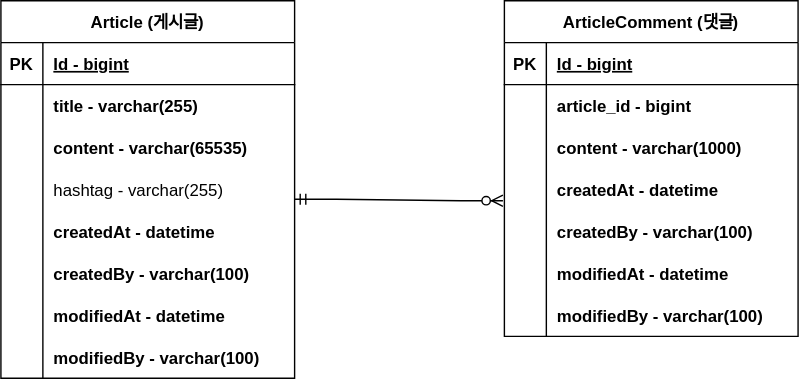
Earlier version of the draw.io export document/boot-board-ERD.svg (ybkim-dev/boot-board). Source tidied: cells renumbered, new cells last; positions are measured from the earlier drawing's top-left corner, leaving out a move shared by most shapes.
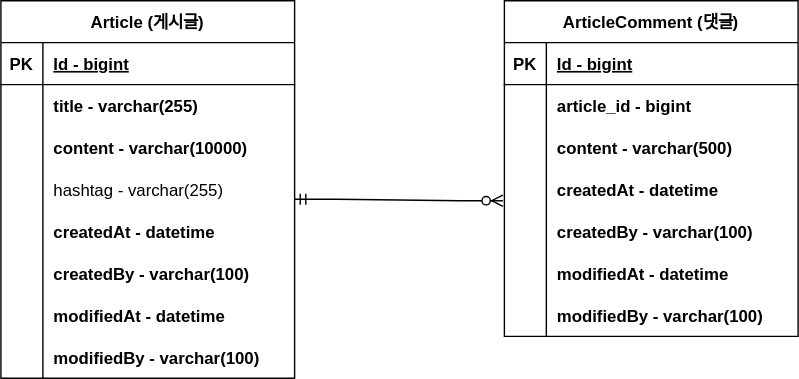
The same file after the commit.

Commit message:
#12 - ERD 업데이트 : comment, content 크기 변경

The edit, as a diff of the source:
```diff
@@ -29,7 +29,7 @@
     <mxCell id="10" style="shape=partialRectangle;fillColor=none;top=0;left=0;bottom=0;right=0;overflow=hidden;" parent="9" vertex="1">
       <mxGeometry width="30" height="30" as="geometry" />
     </mxCell>
-    <mxCell id="11" value="content - varchar(65535)" style="shape=partialRectangle;fillColor=none;top=0;left=0;bottom=0;right=0;align=left;spacingLeft=6;overflow=hidden;fontStyle=1;" parent="9" vertex="1">
+    <mxCell id="11" value="content - varchar(10000)" style="shape=partialRectangle;fillColor=none;top=0;left=0;bottom=0;right=0;align=left;spacingLeft=6;overflow=hidden;fontStyle=1;" parent="9" vertex="1">
       <mxGeometry x="30" width="180" height="30" as="geometry" />
     </mxCell>
     <mxCell id="12" style="shape=tableRow;horizontal=0;startSize=0;swimlaneHead=0;swimlaneBody=0;fillColor=none;points=[[0,0.5],[1,0.5]];portConstraint=eastwest;top=0;left=0;right=0;bottom=0;" parent="2" vertex="1">
@@ -104,7 +104,7 @@
     <mxCell id="35" style="shape=partialRectangle;fillColor=none;top=0;left=0;bottom=0;right=0;overflow=hidden;" parent="34" vertex="1">
       <mxGeometry width="30" height="30" as="geometry" />
     </mxCell>
-    <mxCell id="36" value="content - varchar(1000)" style="shape=partialRectangle;fillColor=none;top=0;left=0;bottom=0;right=0;align=left;spacingLeft=6;overflow=hidden;fontStyle=1;" parent="34" vertex="1">
+    <mxCell id="36" value="content - varchar(500)" style="shape=partialRectangle;fillColor=none;top=0;left=0;bottom=0;right=0;align=left;spacingLeft=6;overflow=hidden;fontStyle=1;" parent="34" vertex="1">
       <mxGeometry x="30" width="180" height="30" as="geometry" />
     </mxCell>
     <mxCell id="37" style="shape=tableRow;horizontal=0;startSize=0;swimlaneHead=0;swimlaneBody=0;fillColor=none;points=[[0,0.5],[1,0.5]];portConstraint=eastwest;top=0;left=0;right=0;bottom=0;" parent="27" vertex="1">
```
